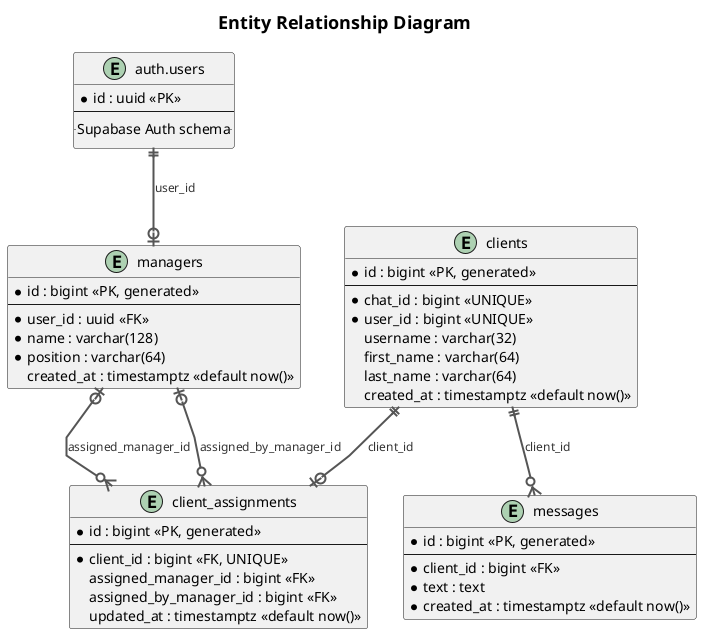
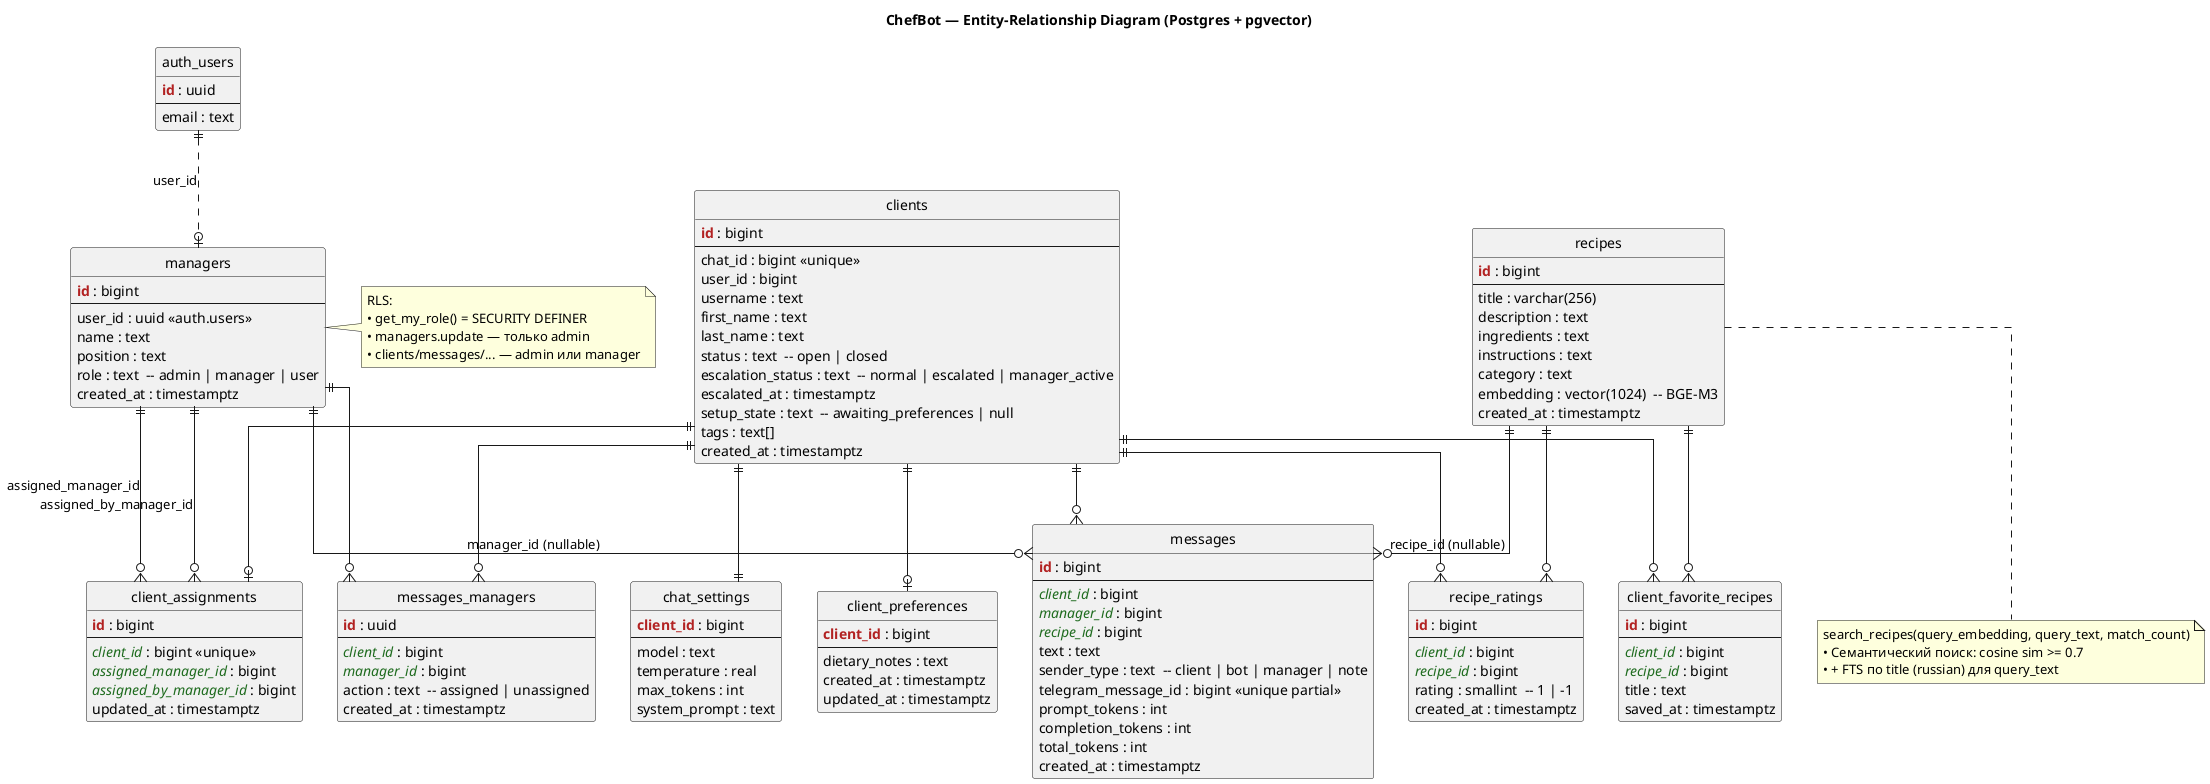
- @startuml
+ @startuml ERD
+ !define table(x) entity x << (T,#5B9BD5) >>
+ !define pk(x) <b><color:#B22222>x</color></b>
+ !define fk(x) <i><color:#1E6B1E>x</color></i>

- skinparam linetype polyline
- skinparam entity {
-   BackgroundColor #FEFECE
-   BorderColor #A80036
-   FontSize 13
- }
- skinparam ArrowColor #555555
- skinparam ArrowThickness 2
- skinparam ArrowFontSize 12
- skinparam ArrowFontColor #333333
- skinparam titleFontSize 18
+ title ChefBot — Entity-Relationship Diagram (Postgres + pgvector)

- title Entity Relationship Diagram
+ hide circle
+ skinparam linetype ortho

- entity "auth.users" as auth_users {
-   * id : uuid <<PK>>
+ table(managers) {
+   pk(id) : bigint
  --
-   .. Supabase Auth schema ..
+   user_id : uuid <<auth.users>>
+   name : text
+   position : text
+   role : text  -- admin | manager | user
+   created_at : timestamptz
}

- entity "managers" as managers {
-   * id : bigint <<PK, generated>>
+ table(clients) {
+   pk(id) : bigint
  --
-   * user_id : uuid <<FK>>
-   * name : varchar(128)
-   * position : varchar(64)
-   created_at : timestamptz <<default now()>>
+   chat_id : bigint <<unique>>
+   user_id : bigint
+   username : text
+   first_name : text
+   last_name : text
+   status : text  -- open | closed
+   escalation_status : text  -- normal | escalated | manager_active
+   escalated_at : timestamptz
+   setup_state : text  -- awaiting_preferences | null
+   tags : text[]
+   created_at : timestamptz
}

- entity "clients" as clients {
-   * id : bigint <<PK, generated>>
+ table(client_assignments) {
+   pk(id) : bigint
  --
-   * chat_id : bigint <<UNIQUE>>
-   * user_id : bigint <<UNIQUE>>
-   username : varchar(32)
-   first_name : varchar(64)
-   last_name : varchar(64)
-   created_at : timestamptz <<default now()>>
+   fk(client_id) : bigint <<unique>>
+   fk(assigned_manager_id) : bigint
+   fk(assigned_by_manager_id) : bigint
+   updated_at : timestamptz
}

- entity "client_assignments" as client_assignments {
-   * id : bigint <<PK, generated>>
+ table(messages) {
+   pk(id) : bigint
  --
-   * client_id : bigint <<FK, UNIQUE>>
-   assigned_manager_id : bigint <<FK>>
-   assigned_by_manager_id : bigint <<FK>>
-   updated_at : timestamptz <<default now()>>
+   fk(client_id) : bigint
+   fk(manager_id) : bigint
+   fk(recipe_id) : bigint
+   text : text
+   sender_type : text  -- client | bot | manager | note
+   telegram_message_id : bigint <<unique partial>>
+   prompt_tokens : int
+   completion_tokens : int
+   total_tokens : int
+   created_at : timestamptz
}

- entity "messages" as messages {
-   * id : bigint <<PK, generated>>
+ table(messages_managers) {
+   pk(id) : uuid
  --
-   * client_id : bigint <<FK>>
-   * text : text
-   * created_at : timestamptz <<default now()>>
+   fk(client_id) : bigint
+   fk(manager_id) : bigint
+   action : text  -- assigned | unassigned
+   created_at : timestamptz
}

- auth_users ||--o| managers : "user_id"
- clients ||--o| client_assignments : "client_id"
- managers |o--o{ client_assignments : "assigned_manager_id"
- managers |o--o{ client_assignments : "assigned_by_manager_id"
- clients ||--o{ messages : "client_id"
+ table(chat_settings) {
+   pk(client_id) : bigint
+   --
+   model : text
+   temperature : real
+   max_tokens : int
+   system_prompt : text
+ }
+ 
+ table(client_preferences) {
+   pk(client_id) : bigint
+   --
+   dietary_notes : text
+   created_at : timestamptz
+   updated_at : timestamptz
+ }
+ 
+ table(recipes) {
+   pk(id) : bigint
+   --
+   title : varchar(256)
+   description : text
+   ingredients : text
+   instructions : text
+   category : text
+   embedding : vector(1024)  -- BGE-M3
+   created_at : timestamptz
+ }
+ 
+ table(recipe_ratings) {
+   pk(id) : bigint
+   --
+   fk(client_id) : bigint
+   fk(recipe_id) : bigint
+   rating : smallint  -- 1 | -1
+   created_at : timestamptz
+   ' UNIQUE (client_id, recipe_id)
+ }
+ 
+ table(client_favorite_recipes) {
+   pk(id) : bigint
+   --
+   fk(client_id) : bigint
+   fk(recipe_id) : bigint
+   title : text
+   saved_at : timestamptz
+   ' UNIQUE (client_id, recipe_id)
+ }
+ 
+ table(auth_users) {
+   pk(id) : uuid
+   --
+   email : text
+   ' Supabase auth schema
+ }
+ 
+ ' Relationships
+ auth_users ||..o| managers : "user_id"
+ 
+ clients ||--o{ messages
+ managers ||--o{ messages : "manager_id (nullable)"
+ recipes ||--o{ messages : "recipe_id (nullable)"
+ 
+ clients ||--|| chat_settings
+ clients ||--o| client_preferences
+ clients ||--o| client_assignments
+ 
+ managers ||--o{ client_assignments : "assigned_manager_id"
+ managers ||--o{ client_assignments : "assigned_by_manager_id"
+ 
+ clients ||--o{ messages_managers
+ managers ||--o{ messages_managers
+ 
+ clients ||--o{ recipe_ratings
+ recipes ||--o{ recipe_ratings
+ 
+ clients ||--o{ client_favorite_recipes
+ recipes ||--o{ client_favorite_recipes
+ 
+ note bottom of recipes
+   search_recipes(query_embedding, query_text, match_count)
+   • Семантический поиск: cosine sim >= 0.7
+   • + FTS по title (russian) для query_text
+ end note
+ 
+ note right of managers
+   RLS:
+   • get_my_role() = SECURITY DEFINER
+   • managers.update — только admin
+   • clients/messages/... — admin или manager
+ end note

@enduml
